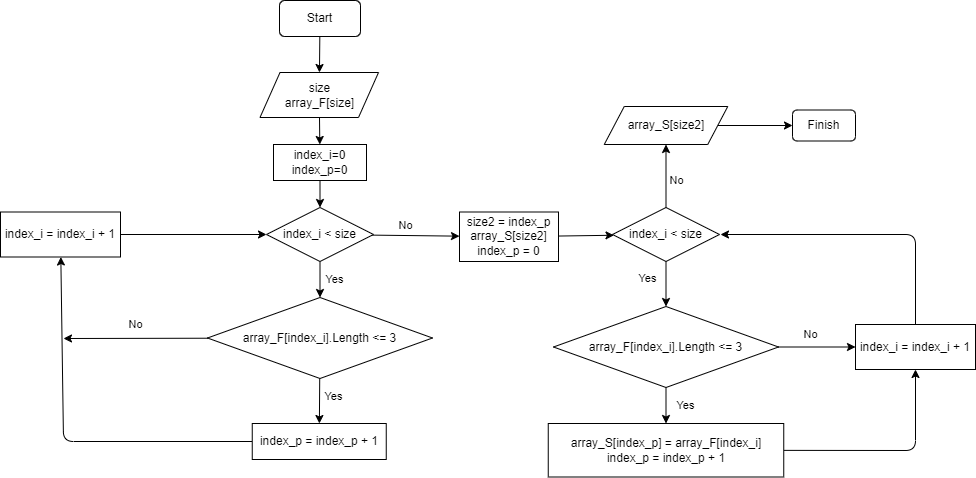
This is Task_Final/flowchart.drawio.png from jullysenko/Examination, a draw.io export, as it was before one commit. Source tidied: cells renumbered, new cells last; positions are measured from the earlier drawing's top-left corner, leaving out a move shared by most shapes.
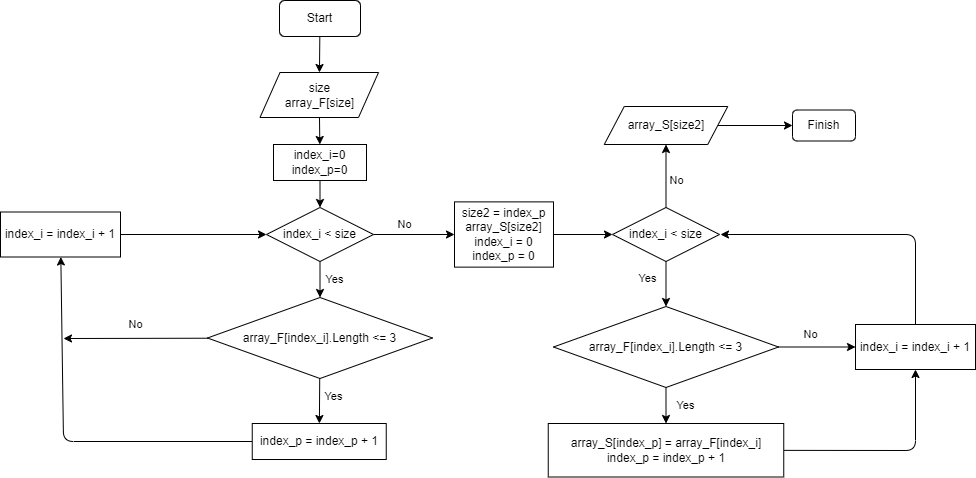
Later version of the same file.

The edit, as a diff of the source:
```diff
@@ -91,8 +91,8 @@
     <mxCell id="26" style="edgeStyle=none;html=1;" parent="1" edge="1" source="27" target="20">
       <mxGeometry relative="1" as="geometry" />
     </mxCell>
-    <mxCell id="27" value="&lt;span&gt;size2 = index_p&lt;br&gt;array_S[size2]&lt;br&gt;index_p = 0&lt;br&gt;&lt;/span&gt;" style="rounded=0;whiteSpace=wrap;html=1;" parent="1" vertex="1">
-      <mxGeometry x="459" y="211.5" width="99" height="49.5" as="geometry" />
+    <mxCell id="27" value="&lt;span&gt;size2 = index_p&lt;br&gt;array_S[size2]&lt;br&gt;&lt;/span&gt;index_i = 0&lt;span&gt;&lt;br&gt;index_p = 0&lt;br&gt;&lt;/span&gt;" style="rounded=0;whiteSpace=wrap;html=1;" parent="1" vertex="1">
+      <mxGeometry x="454" y="201.4" width="99" height="65.2" as="geometry" />
     </mxCell>
     <mxCell id="28" style="edgeStyle=none;html=1;" parent="1" edge="1" source="29">
       <mxGeometry relative="1" as="geometry">
```
